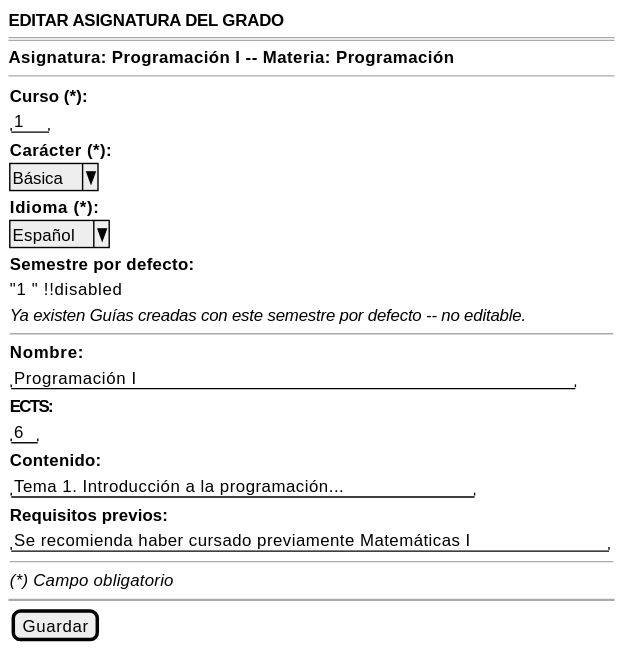
This is images/RUP/01-requisitos/03-detalle-casos-uso/editarAsignaturaPrograma/wireframe-semestre-bloqueado.svg from mmasias/pyCeldaPublico, a PlantUML export, as it was before one commit. The source it was exported from:
```plantuml
@startsalt editarAsignaturaGrado-wireframe-semestre-bloqueado
{
    <b>EDITAR ASIGNATURA DEL GRADO</b>
    ====
    <b>Asignatura: Programación I -- Materia: Programación</b>
    --
    {
        <b>Curso (*):</b>
        "1  "
        <b>Carácter (*):</b>
        ^Básica^
        <b>Idioma (*):</b>
        ^Español^
        <b>Semestre por defecto:</b>
        "1  " !!disabled
        <i>Ya existen Guías creadas con este semestre por defecto -- no editable.</i>
        --
        <b>Nombre:</b>
        "Programación I                                    "
        <b>ECTS:</b>
        "6 "
        <b>Contenido:</b>
        "Tema 1. Introducción a la programación..."
        <b>Requisitos previos:</b>
        "Se recomienda haber cursado previamente Matemáticas I"
        --
        <i>(*) Campo obligatorio</i>
    }
    ~~
    {[Guardar]}
}
@endsalt
```
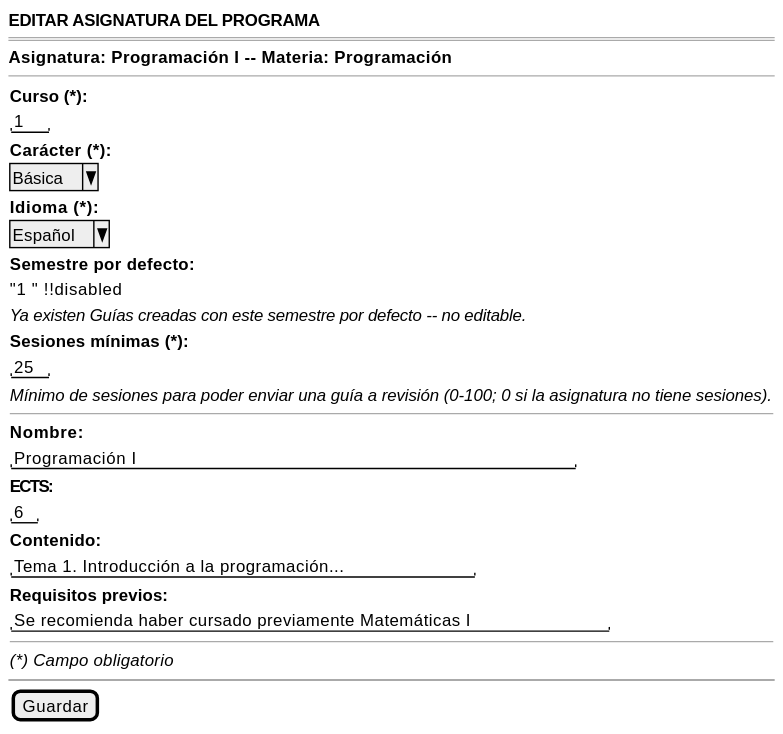
Later version of the same file.

Diff of the diagram source:
```diff
@@ -1,6 +1,6 @@
-@startsalt editarAsignaturaGrado-wireframe-semestre-bloqueado
+@startsalt editarAsignaturaPrograma-wireframe-semestre-bloqueado
 {
-    <b>EDITAR ASIGNATURA DEL GRADO</b>
+    <b>EDITAR ASIGNATURA DEL PROGRAMA</b>
     ====
     <b>Asignatura: Programación I -- Materia: Programación</b>
     --
@@ -14,6 +14,9 @@
         <b>Semestre por defecto:</b>
         "1  " !!disabled
         <i>Ya existen Guías creadas con este semestre por defecto -- no editable.</i>
+        <b>Sesiones mínimas (*):</b>
+        "25 "
+        <i>Mínimo de sesiones para poder enviar una guía a revisión (0-100; 0 si la asignatura no tiene sesiones).</i>
         --
         <b>Nombre:</b>
         "Programación I                                    "
```
